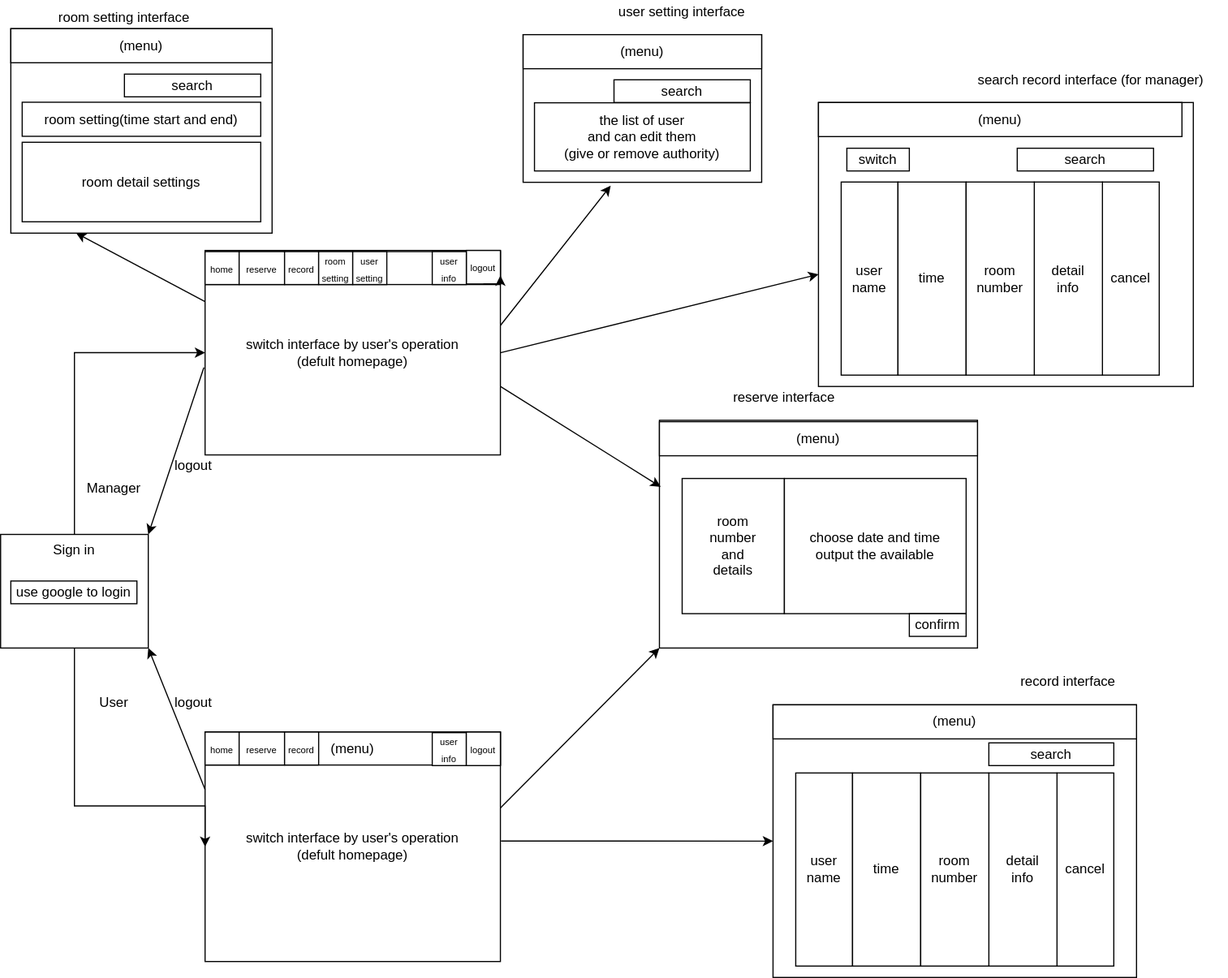
Before: Drawio/2.3.1.drawio.svg, a diagram exported from draw.io (CCCpeggy/Reservatio-system). Source tidied: cells renumbered, new cells last; positions are measured from the earlier drawing's top-left corner, leaving out a move shared by most shapes.
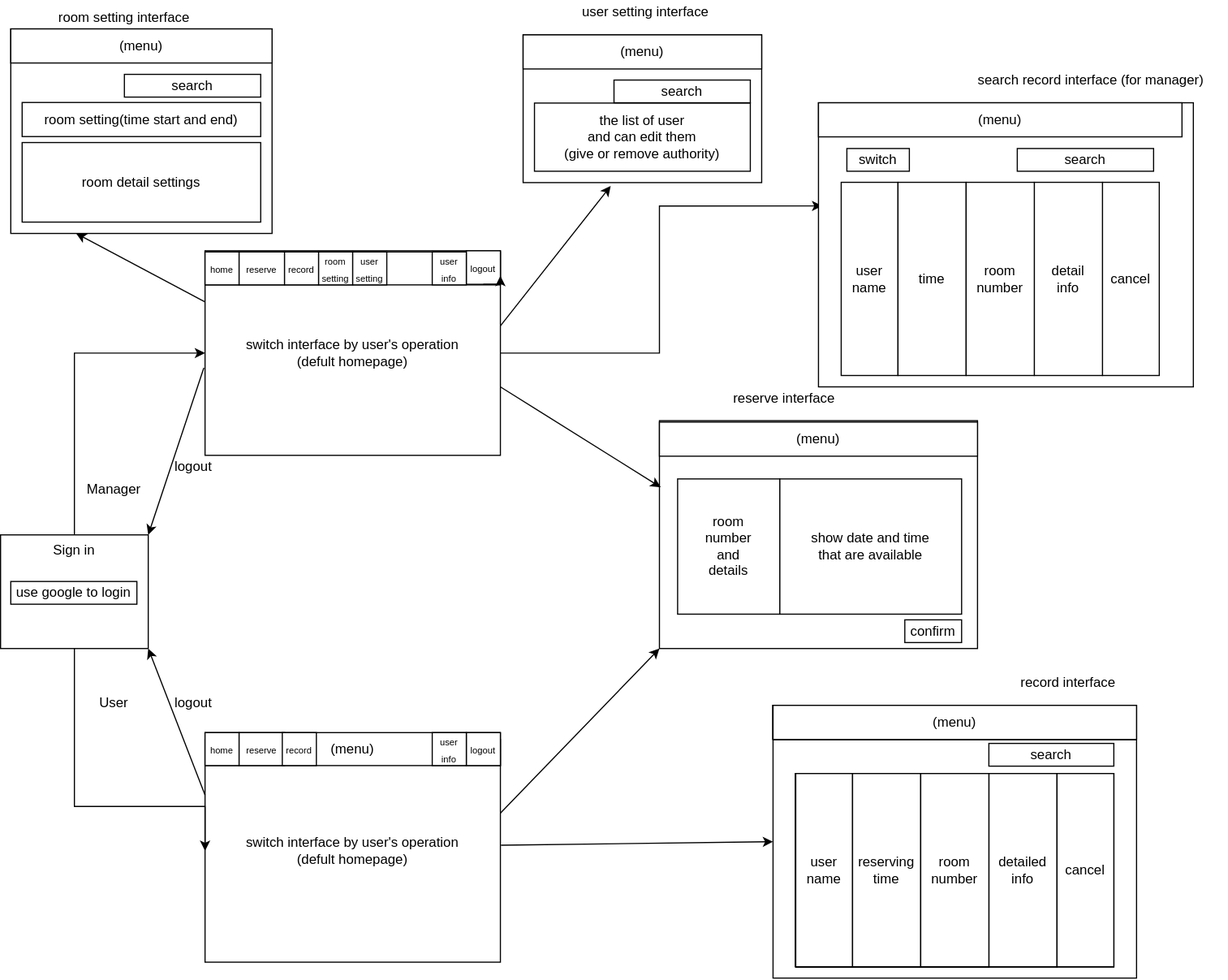
Above is the later version.

The edit, as a diff of the source:
```diff
@@ -3,7 +3,7 @@
     <mxCell id="0" />
     <mxCell id="1" parent="0" />
     <mxCell id="2" value="&lt;span&gt;switch interface by user's operation&lt;/span&gt;&lt;br&gt;&lt;span&gt;(defult homepage)&lt;/span&gt;" style="rounded=0;whiteSpace=wrap;html=1;" parent="1" vertex="1">
-      <mxGeometry x="180" y="644" width="260" height="202" as="geometry" />
+      <mxGeometry x="180" y="650" width="260" height="196" as="geometry" />
     </mxCell>
     <mxCell id="3" value="&amp;nbsp; &amp;nbsp; &amp;nbsp; &amp;nbsp; &amp;nbsp; &amp;nbsp;(menu)" style="rounded=0;whiteSpace=wrap;html=1;" parent="1" vertex="1">
       <mxGeometry x="180" y="644" width="260" height="29" as="geometry" />
@@ -46,6 +46,9 @@
     <mxCell id="13" value="&lt;font style=&quot;font-size: 8px&quot;&gt;reserve&lt;/font&gt;" style="rounded=0;whiteSpace=wrap;html=1;" parent="1" vertex="1">
       <mxGeometry x="210" y="221" width="40" height="29" as="geometry" />
     </mxCell>
+    <mxCell id="62" style="edgeStyle=orthogonalEdgeStyle;rounded=0;jettySize=auto;html=1;exitX=1;exitY=0.5;exitDx=0;exitDy=0;entryX=0.01;entryY=0.363;entryDx=0;entryDy=0;entryPerimeter=0;" parent="1" edge="1" source="8" target="38">
+      <mxGeometry relative="1" as="geometry" />
+    </mxCell>
     <mxCell id="14" value="&lt;span style=&quot;font-size: 8px&quot;&gt;record&lt;/span&gt;" style="rounded=0;whiteSpace=wrap;html=1;" parent="1" vertex="1">
       <mxGeometry x="250" y="221" width="30" height="29" as="geometry" />
     </mxCell>
@@ -70,15 +73,9 @@
     <mxCell id="21" value="&lt;font style=&quot;font-size: 8px&quot;&gt;reserve&lt;/font&gt;" style="rounded=0;whiteSpace=wrap;html=1;" parent="1" vertex="1">
       <mxGeometry x="210" y="644" width="40" height="29" as="geometry" />
     </mxCell>
-    <mxCell id="22" value="&lt;span style=&quot;font-size: 8px&quot;&gt;record&lt;/span&gt;" style="rounded=0;whiteSpace=wrap;html=1;" parent="1" vertex="1">
-      <mxGeometry x="250" y="644" width="30" height="29" as="geometry" />
+    <mxCell id="22" value="&lt;span style=&quot;font-size: 8px&quot;&gt;logout&lt;/span&gt;" style="rounded=0;whiteSpace=wrap;html=1;" parent="1" vertex="1">
+      <mxGeometry x="410" y="644" width="30" height="29" as="geometry" />
     </mxCell>
-    <mxCell id="23" value="&lt;span style=&quot;font-size: 8px&quot;&gt;user&lt;br&gt;info&lt;br&gt;&lt;/span&gt;" style="rounded=0;whiteSpace=wrap;html=1;" parent="1" vertex="1">
-      <mxGeometry x="380" y="644.5" width="30" height="29" as="geometry" />
-    </mxCell>
-    <mxCell id="24" value="&lt;span style=&quot;font-size: 8px&quot;&gt;logout&lt;/span&gt;" style="rounded=0;whiteSpace=wrap;html=1;" parent="1" vertex="1">
-      <mxGeometry x="410" y="644" width="30" height="29.5" as="geometry" />
-    </mxCell>
     <mxCell id="25" style="rounded=0;whiteSpace=wrap;html=1;" parent="1" vertex="1">
       <mxGeometry x="9" y="24.8" width="230" height="180" as="geometry" />
     </mxCell>
@@ -155,19 +152,19 @@
       <mxGeometry x="580" y="370.8" width="280" height="30" as="geometry" />
     </mxCell>
     <mxCell id="50" value="room&lt;br&gt;number&lt;br&gt;and&lt;br&gt;details" style="rounded=0;whiteSpace=wrap;html=1;" parent="1" vertex="1">
-      <mxGeometry x="600" y="420.8" width="90" height="119" as="geometry" />
+      <mxGeometry x="596" y="420.8" width="90" height="119" as="geometry" />
     </mxCell>
-    <mxCell id="51" value="choose date and time&lt;br&gt;output the available" style="rounded=0;whiteSpace=wrap;html=1;" parent="1" vertex="1">
-      <mxGeometry x="690" y="420.8" width="160" height="119" as="geometry" />
+    <mxCell id="51" value="show date and time &lt;br&gt;that are available&lt;br&gt;" style="rounded=0;whiteSpace=wrap;html=1;" parent="1" vertex="1">
+      <mxGeometry x="686" y="420.8" width="160" height="119" as="geometry" />
     </mxCell>
     <mxCell id="52" value="confirm" style="rounded=0;whiteSpace=wrap;html=1;" parent="1" vertex="1">
-      <mxGeometry x="800" y="539.8" width="50" height="20" as="geometry" />
+      <mxGeometry x="796" y="544.8" width="50" height="20" as="geometry" />
     </mxCell>
     <mxCell id="53" value="room setting interface" style="text;html=1;strokeColor=none;fillColor=none;align=center;verticalAlign=middle;whiteSpace=wrap;rounded=0;" parent="1" vertex="1">
       <mxGeometry x="39" y="4.8" width="140" height="20" as="geometry" />
     </mxCell>
     <mxCell id="54" value="user setting interface" style="text;html=1;strokeColor=none;fillColor=none;align=center;verticalAlign=middle;whiteSpace=wrap;rounded=0;" parent="1" vertex="1">
-      <mxGeometry x="530" width="140" height="20" as="geometry" />
+      <mxGeometry x="498" width="140" height="20" as="geometry" />
     </mxCell>
     <mxCell id="55" style="endArrow=classic;html=1;entryX=1;entryY=0;entryDx=0;entryDy=0;exitX=-0.004;exitY=0.572;exitDx=0;exitDy=0;exitPerimeter=0;" parent="1" edge="1" source="8" target="6">
       <mxGeometry relative="1" as="geometry" />
@@ -192,9 +189,6 @@
         <mxPoint x="440" y="339.8" as="sourcePoint" />
       </mxGeometry>
     </mxCell>
-    <mxCell id="62" style="endArrow=classic;html=1;entryX=0;entryY=0.605;entryDx=0;entryDy=0;exitX=1;exitY=0.5;exitDx=0;exitDy=0;entryPerimeter=0;" parent="1" edge="1" source="8" target="38">
-      <mxGeometry relative="1" as="geometry" />
-    </mxCell>
     <mxCell id="63" style="endArrow=classic;html=1;entryX=0.25;entryY=1;entryDx=0;entryDy=0;exitX=0;exitY=0.25;exitDx=0;exitDy=0;" parent="1" edge="1" source="8" target="25">
       <mxGeometry relative="1" as="geometry" />
     </mxCell>
@@ -219,5 +213,95 @@
     <mxCell id="70" value="(menu)" style="rounded=0;whiteSpace=wrap;html=1;" parent="1" vertex="1">
       <mxGeometry x="9" y="24.8" width="230" height="30" as="geometry" />
     </mxCell>
+    <mxCell id="23" value="&lt;span style=&quot;font-size: 8px&quot;&gt;user info&lt;br&gt;&lt;/span&gt;" style="rounded=0;whiteSpace=wrap;html=1;" parent="1" vertex="1">
+      <mxGeometry x="380" y="644" width="30" height="29" as="geometry" />
+    </mxCell>
+    <mxCell id="71" value="&lt;span style=&quot;font-size: 8px&quot;&gt;record&lt;/span&gt;" style="rounded=0;whiteSpace=wrap;html=1;" parent="1" vertex="1">
+      <mxGeometry x="248" y="644" width="30" height="29" as="geometry" />
+    </mxCell>
+    <mxCell id="72" value="user&lt;br&gt;name" style="rounded=0;whiteSpace=wrap;html=1;" parent="1" vertex="1">
+      <mxGeometry x="700" y="680" width="50" height="170" as="geometry" />
+    </mxCell>
+    <mxCell id="73" value="time" style="rounded=0;whiteSpace=wrap;html=1;" parent="1" vertex="1">
+      <mxGeometry x="750" y="680" width="60" height="170" as="geometry" />
+    </mxCell>
+    <mxCell id="74" value="room&lt;br&gt;number" style="rounded=0;whiteSpace=wrap;html=1;" parent="1" vertex="1">
+      <mxGeometry x="810" y="680" width="60" height="170" as="geometry" />
+    </mxCell>
+    <mxCell id="75" value="detail&lt;br&gt;info" style="rounded=0;whiteSpace=wrap;html=1;" parent="1" vertex="1">
+      <mxGeometry x="870" y="680" width="60" height="170" as="geometry" />
+    </mxCell>
+    <mxCell id="76" value="user&lt;br&gt;name" style="rounded=0;whiteSpace=wrap;html=1;" parent="1" vertex="1">
+      <mxGeometry x="700" y="680" width="50" height="170" as="geometry" />
+    </mxCell>
+    <mxCell id="77" value="time" style="rounded=0;whiteSpace=wrap;html=1;" parent="1" vertex="1">
+      <mxGeometry x="750" y="680" width="60" height="170" as="geometry" />
+    </mxCell>
+    <mxCell id="78" value="room&lt;br&gt;number" style="rounded=0;whiteSpace=wrap;html=1;" parent="1" vertex="1">
+      <mxGeometry x="810" y="680" width="60" height="170" as="geometry" />
+    </mxCell>
+    <mxCell id="79" value="detail&lt;br&gt;info" style="rounded=0;whiteSpace=wrap;html=1;" parent="1" vertex="1">
+      <mxGeometry x="870" y="680" width="60" height="170" as="geometry" />
+    </mxCell>
+    <mxCell id="80" value="cancel" style="rounded=0;whiteSpace=wrap;html=1;" parent="1" vertex="1">
+      <mxGeometry x="930" y="680" width="50" height="170" as="geometry" />
+    </mxCell>
+    <mxCell id="81" value="user&lt;br&gt;name" style="rounded=0;whiteSpace=wrap;html=1;" parent="1" vertex="1">
+      <mxGeometry x="700" y="680" width="50" height="170" as="geometry" />
+    </mxCell>
+    <mxCell id="82" value="time" style="rounded=0;whiteSpace=wrap;html=1;" parent="1" vertex="1">
+      <mxGeometry x="750" y="680" width="60" height="170" as="geometry" />
+    </mxCell>
+    <mxCell id="83" value="room&lt;br&gt;number" style="rounded=0;whiteSpace=wrap;html=1;" parent="1" vertex="1">
+      <mxGeometry x="810" y="680" width="60" height="170" as="geometry" />
+    </mxCell>
+    <mxCell id="84" value="detail&lt;br&gt;info" style="rounded=0;whiteSpace=wrap;html=1;" parent="1" vertex="1">
+      <mxGeometry x="870" y="680" width="60" height="170" as="geometry" />
+    </mxCell>
+    <mxCell id="85" value="cancel" style="rounded=0;whiteSpace=wrap;html=1;" parent="1" vertex="1">
+      <mxGeometry x="930" y="680" width="50" height="170" as="geometry" />
+    </mxCell>
+    <mxCell id="86" value="user&lt;br&gt;name" style="rounded=0;whiteSpace=wrap;html=1;" parent="1" vertex="1">
+      <mxGeometry x="700" y="680" width="50" height="170" as="geometry" />
+    </mxCell>
+    <mxCell id="87" value="time" style="rounded=0;whiteSpace=wrap;html=1;" parent="1" vertex="1">
+      <mxGeometry x="750" y="680" width="60" height="170" as="geometry" />
+    </mxCell>
+    <mxCell id="88" value="room&lt;br&gt;number" style="rounded=0;whiteSpace=wrap;html=1;" parent="1" vertex="1">
+      <mxGeometry x="810" y="680" width="60" height="170" as="geometry" />
+    </mxCell>
+    <mxCell id="89" value="detailed&lt;br&gt;info" style="rounded=0;whiteSpace=wrap;html=1;" parent="1" vertex="1">
+      <mxGeometry x="870" y="680" width="60" height="170" as="geometry" />
+    </mxCell>
+    <mxCell id="90" value="cancel" style="rounded=0;whiteSpace=wrap;html=1;" parent="1" vertex="1">
+      <mxGeometry x="930" y="680" width="50" height="170" as="geometry" />
+    </mxCell>
+    <mxCell id="91" value="(menu)" style="rounded=0;whiteSpace=wrap;html=1;" parent="1" vertex="1">
+      <mxGeometry x="680" y="620" width="320" height="30" as="geometry" />
+    </mxCell>
+    <mxCell id="92" value="(menu)" style="rounded=0;whiteSpace=wrap;html=1;" parent="1" vertex="1">
+      <mxGeometry x="680" y="620" width="320" height="30" as="geometry" />
+    </mxCell>
+    <mxCell id="93" value="user&lt;br&gt;name" style="rounded=0;whiteSpace=wrap;html=1;" parent="1" vertex="1">
+      <mxGeometry x="700" y="680" width="50" height="170" as="geometry" />
+    </mxCell>
+    <mxCell id="94" value="time" style="rounded=0;whiteSpace=wrap;html=1;" parent="1" vertex="1">
+      <mxGeometry x="750" y="680" width="60" height="170" as="geometry" />
+    </mxCell>
+    <mxCell id="95" value="room&lt;br&gt;number" style="rounded=0;whiteSpace=wrap;html=1;" parent="1" vertex="1">
+      <mxGeometry x="810" y="680" width="60" height="170" as="geometry" />
+    </mxCell>
+    <mxCell id="96" value="(menu)" style="rounded=0;whiteSpace=wrap;html=1;" parent="1" vertex="1">
+      <mxGeometry x="680" y="620" width="320" height="30" as="geometry" />
+    </mxCell>
+    <mxCell id="97" value="user&lt;br&gt;name" style="rounded=0;whiteSpace=wrap;html=1;" parent="1" vertex="1">
+      <mxGeometry x="700" y="680" width="50" height="170" as="geometry" />
+    </mxCell>
+    <mxCell id="98" value="reserving time" style="rounded=0;whiteSpace=wrap;html=1;" parent="1" vertex="1">
+      <mxGeometry x="750" y="680" width="60" height="170" as="geometry" />
+    </mxCell>
+    <mxCell id="99" value="room&lt;br&gt;number" style="rounded=0;whiteSpace=wrap;html=1;" parent="1" vertex="1">
+      <mxGeometry x="810" y="680" width="60" height="170" as="geometry" />
+    </mxCell>
   </root>
 </mxGraphModel>
```
